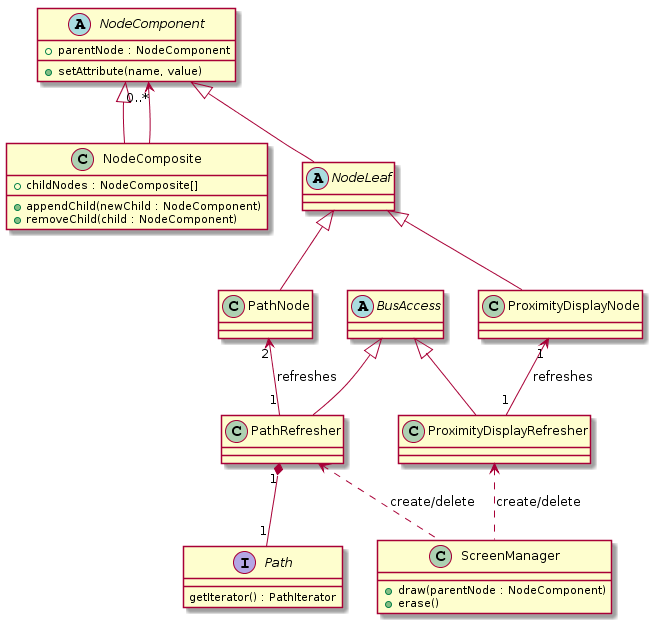
Earlier version of the PlantUML export Entwurf/diagrams/ParkingSensor/v3/classdiagram_userdevice.png (uzdry/PSE).
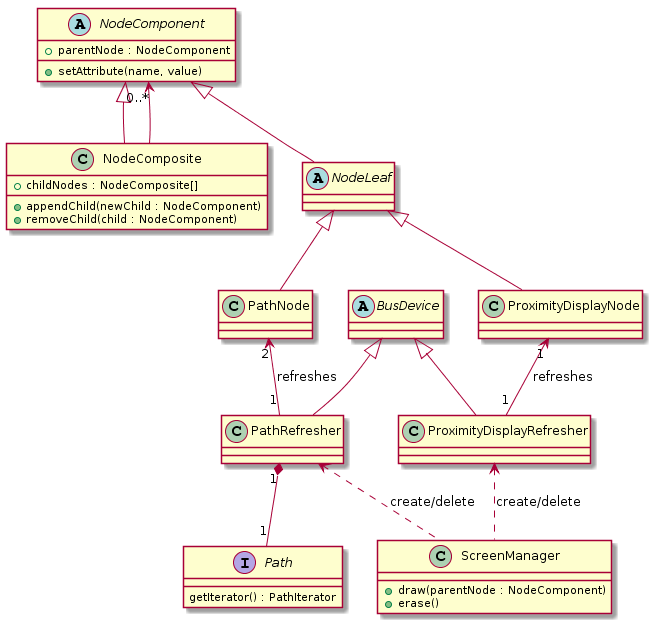
After the commit.

Commit message:
Einparkhilfe BusAccess überall durch BusDevice ersetzt.

What changed in the source:
```diff
@@ -12,7 +12,7 @@
 
 }
 
-abstract class BusAccess {
+abstract class BusDevice {
 
 }
 
@@ -50,8 +50,8 @@
 
 NodeComponent <|-- NodeLeaf
 
-BusAccess <|-- PathRefresher
-BusAccess <|-- ProximityDisplayRefresher
+BusDevice <|-- PathRefresher
+BusDevice <|-- ProximityDisplayRefresher
 
 NodeLeaf <|-- PathNode
 NodeLeaf <|--ProximityDisplayNode
```
